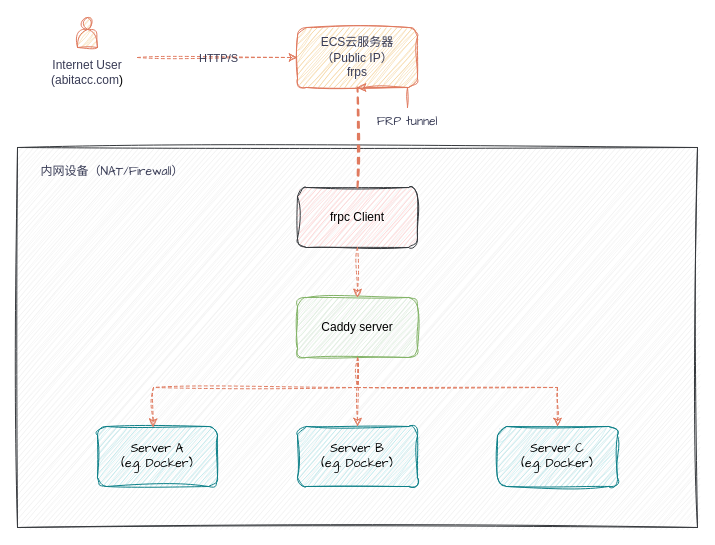
This is drawio/caddy-arch.drawio from chasinglulu/tools, a draw.io file, before an edit. Source tidied: cells renumbered, new cells numbered last; positions are measured from the earlier drawing's top-left corner, leaving out a move shared by most shapes. Both pictures are drawn from the tidied source at 100%, with x=0, y=0 at pixel (17, 17).
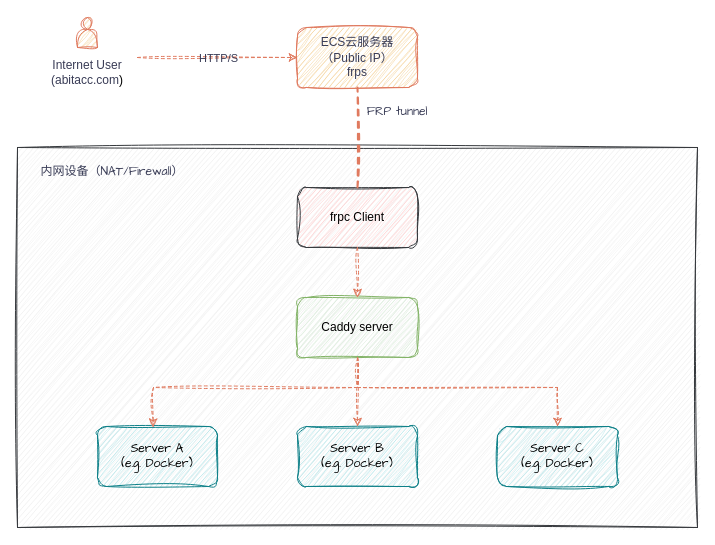
The same page after the edit.

The change refers to these unchanged cells:
```xml
<mxCell id="7" value="&lt;span style=&quot;font-family: Helvetica;&quot;&gt;ECS云服务器&lt;/span&gt;&lt;div style=&quot;font-family: Helvetica;&quot;&gt;（Public IP）&lt;br&gt;&lt;/div&gt;&lt;div style=&quot;font-family: Helvetica;&quot;&gt;frps&lt;/div&gt;" style="rounded=1;whiteSpace=wrap;html=1;sketch=1;hachureGap=4;jiggle=2;curveFitting=1;fontFamily=Architects Daughter;labelBackgroundColor=none;fillColor=#F2CC8F;strokeColor=#E07A5F;fontColor=#393C56;" parent="1" vertex="1">
  <mxGeometry x="280" y="10" width="120" height="60" as="geometry" />
</mxCell>
```

Diff of the diagram source:
```diff
@@
-    <mxCell id="18" style="edgeStyle=orthogonalEdgeStyle;rounded=0;sketch=1;hachureGap=4;jiggle=2;curveFitting=1;jettySize=auto;html=1;strokeColor=#E07A5F;fontFamily=Architects Daughter;fontColor=#393C56;fillColor=#F2CC8F;" parent="1" edge="1" source="19" target="7">
-      <mxGeometry relative="1" as="geometry" />
-    </mxCell>
     <mxCell id="19" value="FRP&amp;nbsp;tunnel" style="text;html=1;align=center;verticalAlign=middle;whiteSpace=wrap;rounded=0;fontFamily=Architects Daughter;fontColor=#393C56;" parent="1" vertex="1">
-      <mxGeometry x="360" y="90" width="60" height="30" as="geometry" />
+      <mxGeometry x="350" y="80" width="60" height="30" as="geometry" />
     </mxCell>
```
